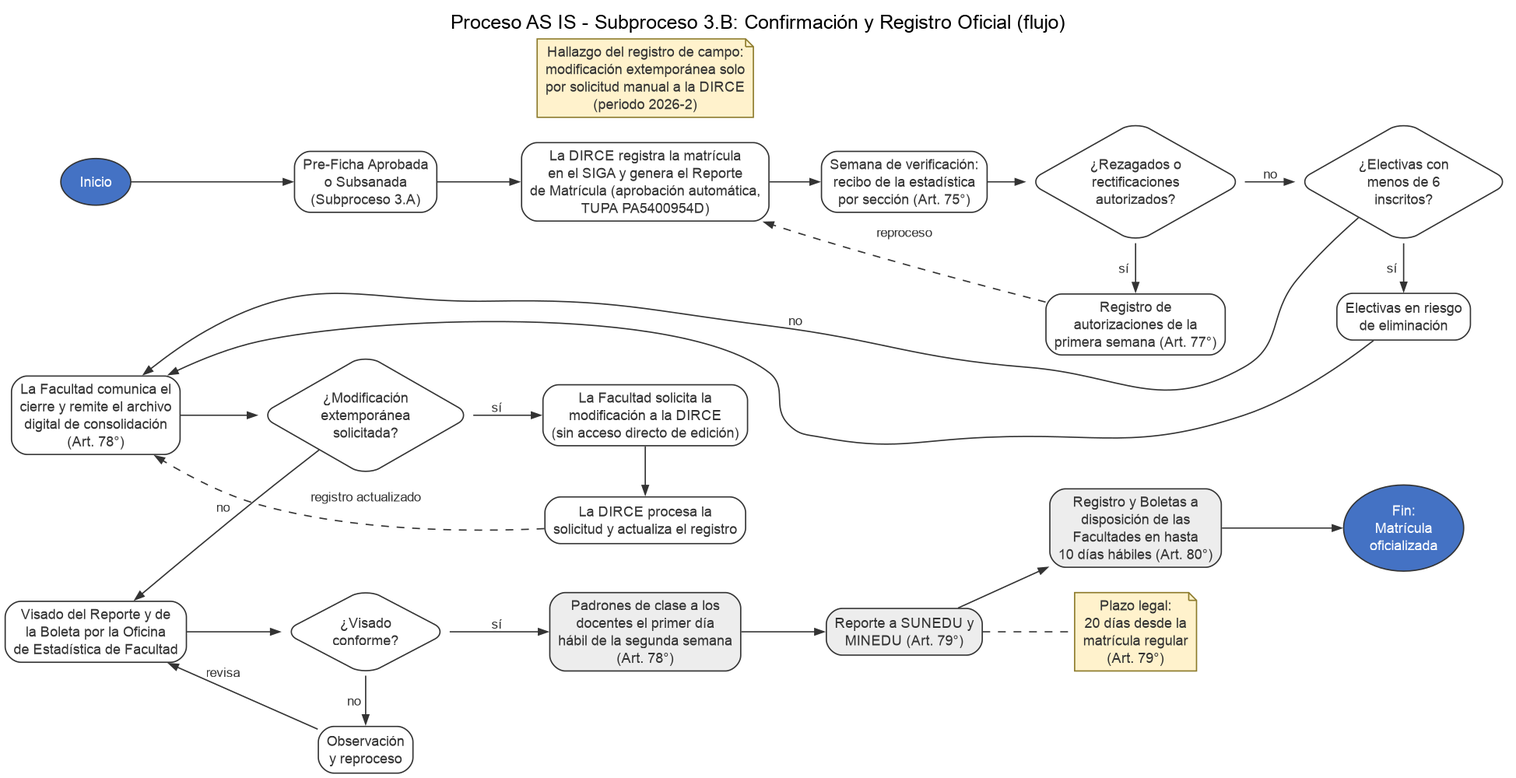
AldoLunaBueno/cc0f6_topicos_procesos_grupo keeps this PlantUML diagram as trabajo_grupal/images/asis_subproceso_3b_flujo.png. Above is the earlier version. Its source is kept beside it as trabajo_grupal/diagramas/asis_subproceso_3b_flujo.puml.
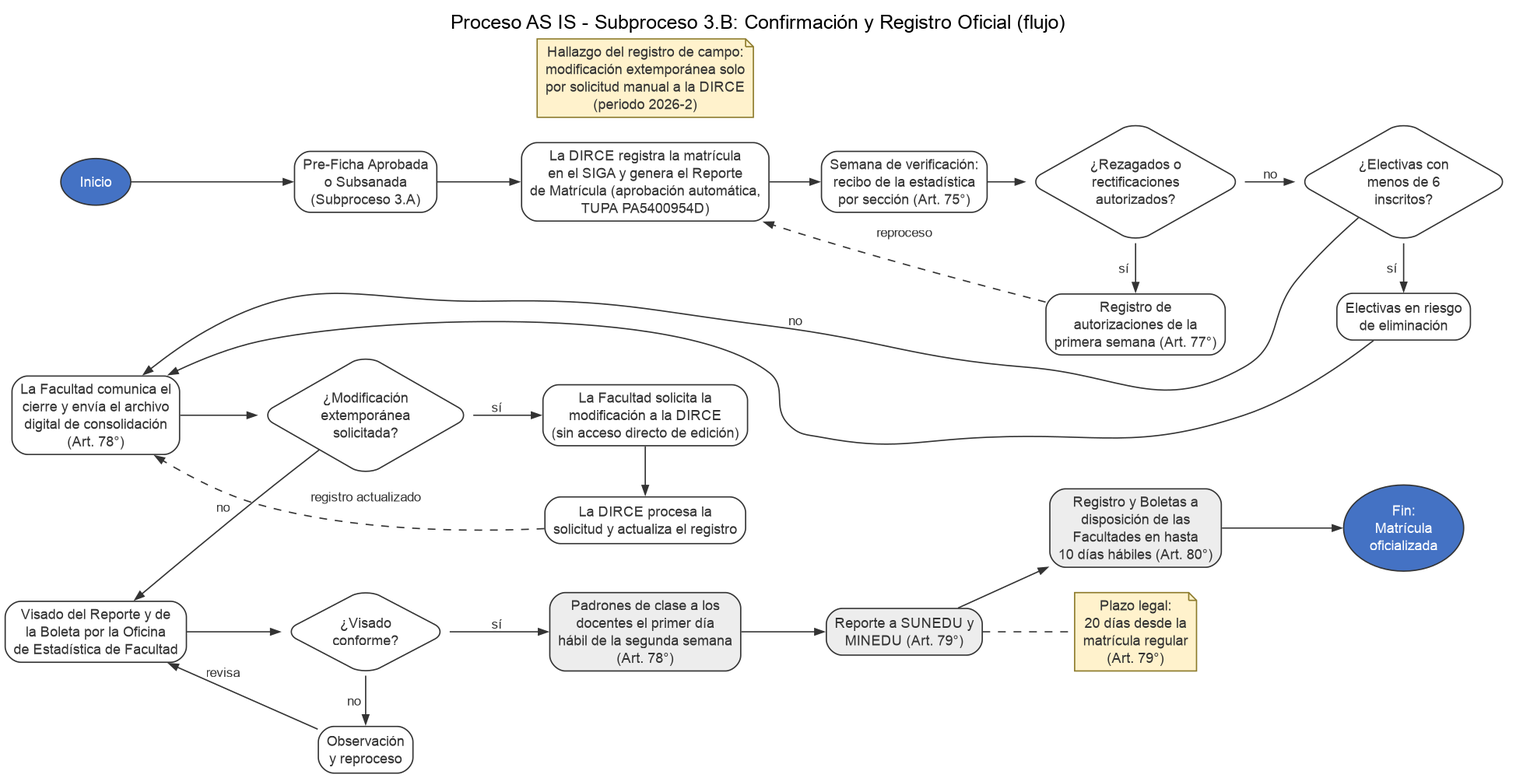
After the commit.

Change to the diagram source:
```diff
@@ -27,7 +27,7 @@
   dele [shape=diamond, label="¿Electivas con\nmenos de 6\ninscritos?"];
   riesgo [label="Electivas en riesgo\nde eliminación"];
 
-  cierre [label="La Facultad comunica el\ncierre y remite el archivo\ndigital de consolidación\n(Art. 78°)"];
+  cierre [label="La Facultad comunica el\ncierre y envía el archivo\ndigital de consolidación\n(Art. 78°)"];
   dext [shape=diamond, label="¿Modificación\nextemporánea\nsolicitada?"];
   solici [label="La Facultad solicita la\nmodificación a la DIRCE\n(sin acceso directo de edición)"];
   reemite [label="La DIRCE procesa la\nsolicitud y actualiza el registro"];
```
